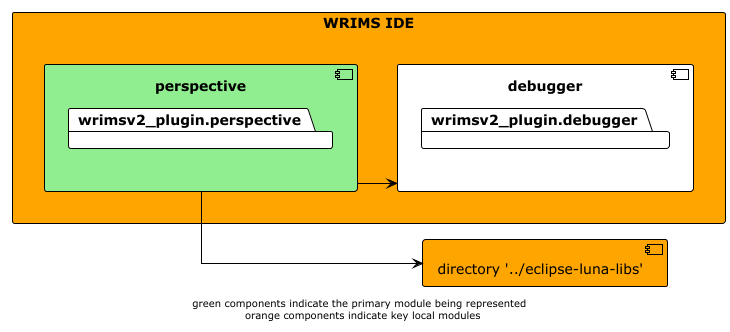
Before: docs/diagrams/wrims-ide/wrims-ide_perspective.png, a diagram exported from PlantUML (CentralValleyModeling/wrims-gui). Its diagram source:
```plantuml
@startuml

!theme plain
left to right direction
skinparam linetype ortho

rectangle wrims-ide as "WRIMS IDE" #orange {
    component perspective #lightgreen {
        package wrimsv2_plugin.perspective
    }
    component debugger {
        package wrimsv2_plugin.debugger
    }
}

component luna_libs as "directory '../eclipse-luna-libs'" #orange

perspective -down-> luna_libs
perspective -down-> debugger

footer "green components indicate the primary module being represented \n orange components indicate key local modules"
@enduml
```
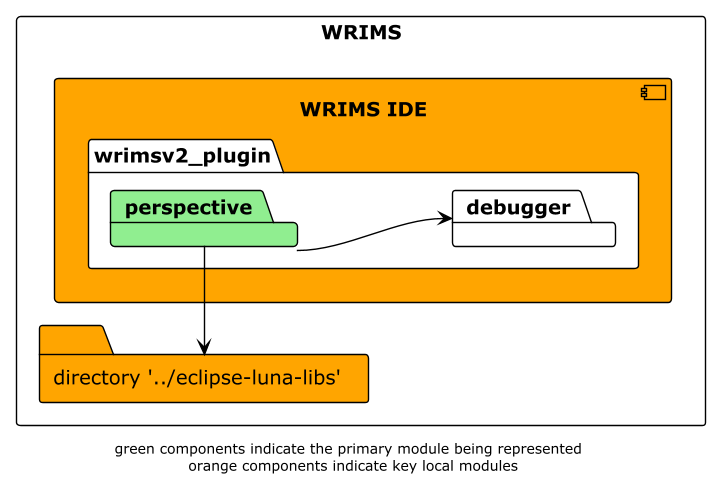
After the commit.

Diff of the diagram source:
```diff
@@ -4,19 +4,19 @@
 left to right direction
 skinparam linetype ortho
 
-rectangle wrims-ide as "WRIMS IDE" #orange {
-    component perspective #lightgreen {
-        package wrimsv2_plugin.perspective
+rectangle WRIMS {
+    component wrims-ide as "WRIMS IDE" #orange {
+        package wrimsv2_plugin {
+            package perspective #lightgreen
+            package debugger
+        }
     }
-    component debugger {
-        package wrimsv2_plugin.debugger
-    }
+
+    folder luna_libs as "directory '../eclipse-luna-libs'" #orange
 }
 
-component luna_libs as "directory '../eclipse-luna-libs'" #orange
-
-perspective -down-> luna_libs
-perspective -down-> debugger
+perspective -r-> luna_libs
+perspective -d-> debugger
 
 footer "green components indicate the primary module being represented \n orange components indicate key local modules"
 @enduml
```
